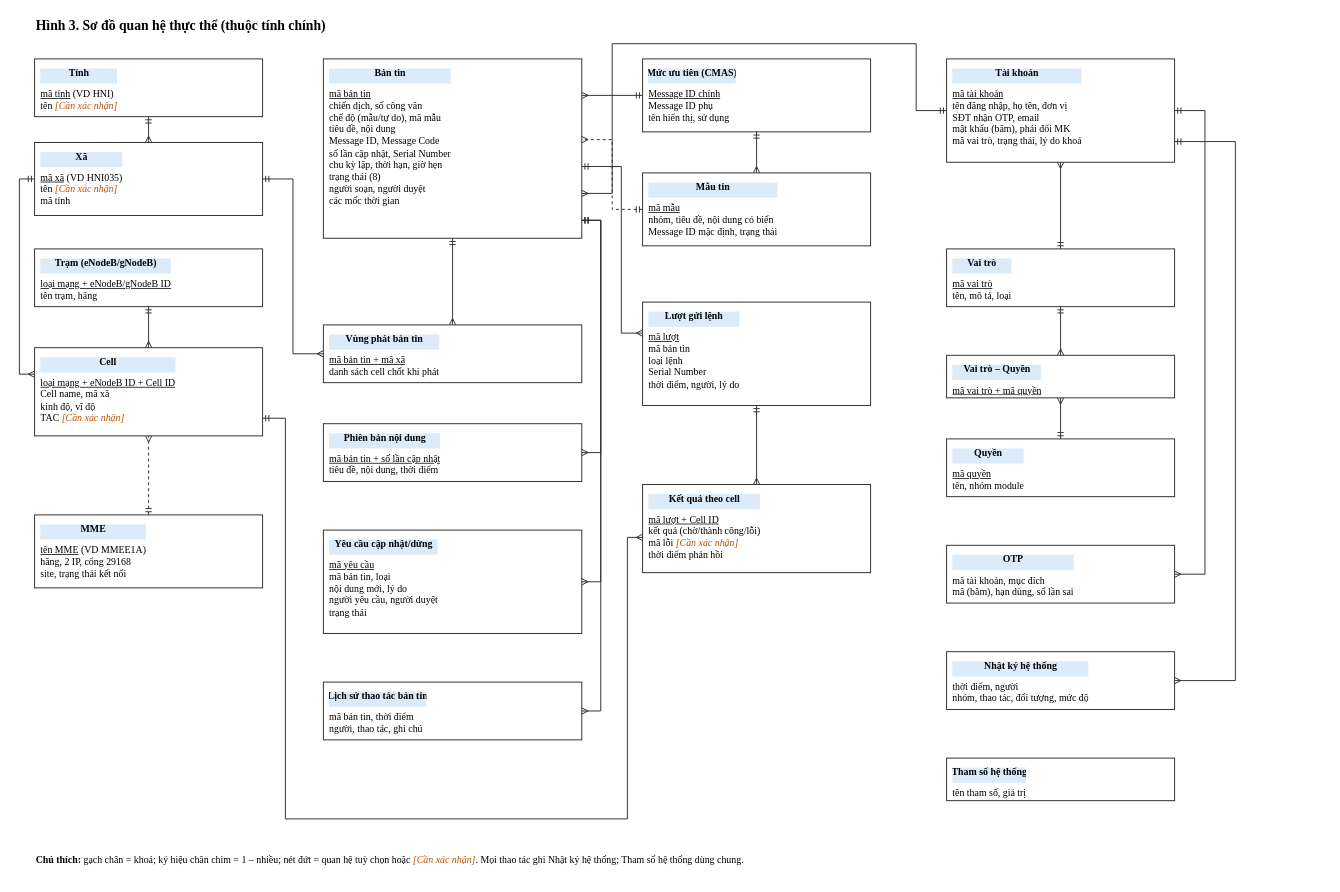
The draw.io diagram page "SRS-H3 Dữ liệu" (3 of 9) of srs/CBC_SRS_so-do.drawio in yenanna0804/cbc-demo, before the edit. Source tidied: cells renumbered, new cells numbered last; positions are measured from the earlier drawing's top-left corner, leaving out a move shared by most shapes. Both pictures are drawn from the tidied source at 76%, with x=0, y=0 at pixel (19, 13).
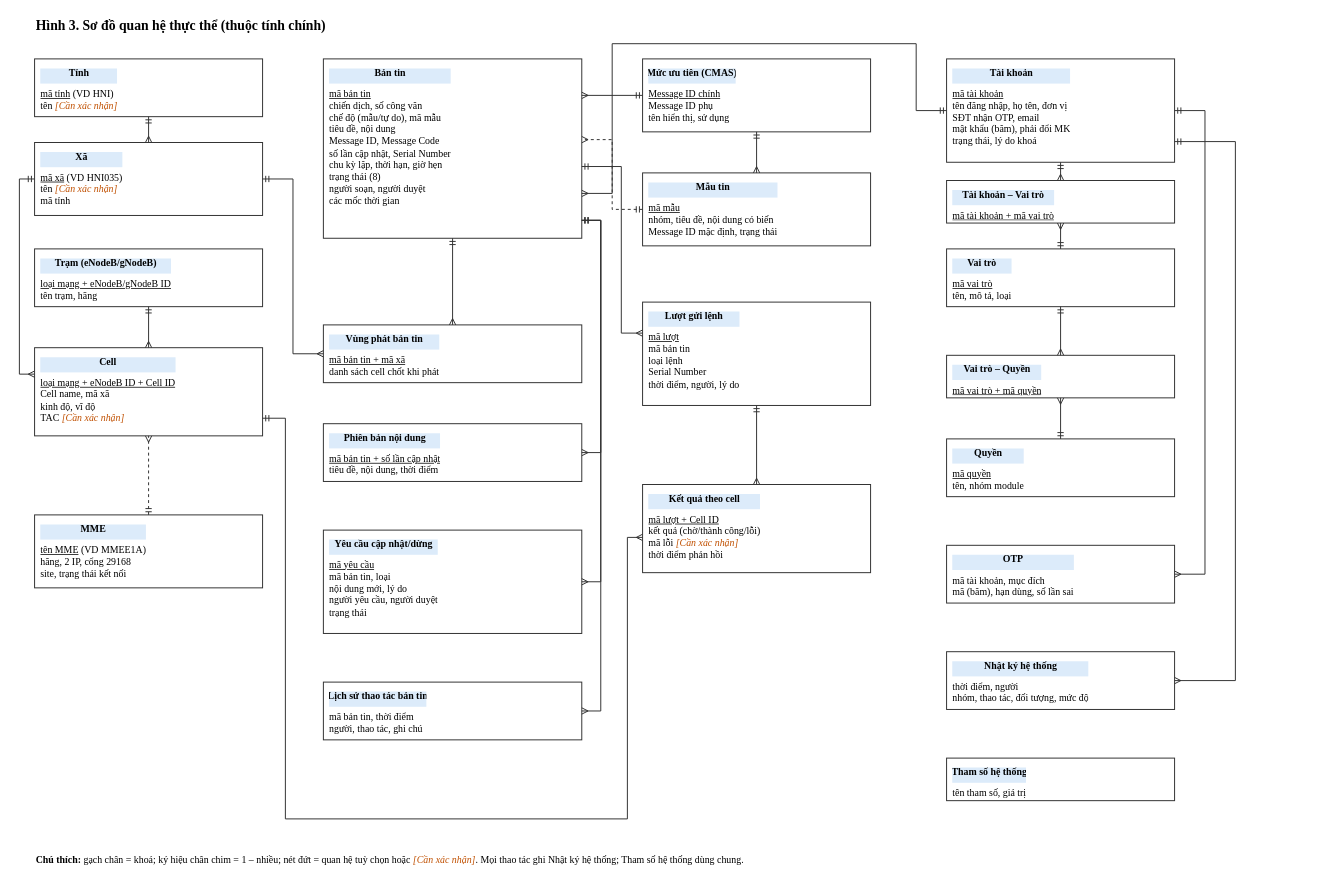
After the change.

Commit message:
SRS ERD: tai khoan nhieu vai tro

Claude-Session: https://claude.ai/code/session_01FeLNp4ic6ftFr5ftakdFjx

The change refers to these unchanged cells:
```xml
<mxCell id="8" value="&lt;div style=&quot;background:#DCEBFA;margin:-8px -8px 6px;padding:6px;font-weight:bold;text-align:center&quot;&gt;Bản tin&lt;/div&gt;&lt;u&gt;mã bản tin&lt;/u&gt;&lt;br&gt;chiến dịch, số công văn&lt;br&gt;chế độ (mẫu/tự do), mã mẫu&lt;br&gt;tiêu đề, nội dung&lt;br&gt;Message ID, Message Code&lt;br&gt;số lần cập nhật, Serial Number&lt;br&gt;chu kỳ lặp, thời hạn, giờ hẹn&lt;br&gt;trạng thái (8)&lt;br&gt;người soạn, người duyệt&lt;br&gt;các mốc thời gian" style="rounded=0;arcSize=8;whiteSpace=wrap;html=1;fontFamily=Times New Roman;fontSize=13;fillColor=#FFFFFF;strokeColor=#333333;strokeWidth=1.3;align=left;verticalAlign=top;spacing=8;overflow=hidden;" parent="1" vertex="1">
  <mxGeometry x="400" y="60" width="340" height="236" as="geometry" />
</mxCell>
<mxCell id="18" value="&lt;div style=&quot;background:#DCEBFA;margin:-8px -8px 6px;padding:6px;font-weight:bold;text-align:center&quot;&gt;Vai trò&lt;/div&gt;&lt;u&gt;mã vai trò&lt;/u&gt;&lt;br&gt;tên, mô tả, loại" style="rounded=0;arcSize=8;whiteSpace=wrap;html=1;fontFamily=Times New Roman;fontSize=13;fillColor=#FFFFFF;strokeColor=#333333;strokeWidth=1.3;align=left;verticalAlign=top;spacing=8;overflow=hidden;" parent="1" vertex="1">
  <mxGeometry x="1220" y="310" width="300" height="76" as="geometry" />
</mxCell>
<mxCell id="19" value="&lt;div style=&quot;background:#DCEBFA;margin:-8px -8px 6px;padding:6px;font-weight:bold;text-align:center&quot;&gt;Vai trò – Quyền&lt;/div&gt;&lt;u&gt;mã vai trò + mã quyền&lt;/u&gt;" style="rounded=0;arcSize=8;whiteSpace=wrap;html=1;fontFamily=Times New Roman;fontSize=13;fillColor=#FFFFFF;strokeColor=#333333;strokeWidth=1.3;align=left;verticalAlign=top;spacing=8;overflow=hidden;" parent="1" vertex="1">
  <mxGeometry x="1220" y="450" width="300" height="56" as="geometry" />
</mxCell>
<mxCell id="20" value="&lt;div style=&quot;background:#DCEBFA;margin:-8px -8px 6px;padding:6px;font-weight:bold;text-align:center&quot;&gt;Quyền&lt;/div&gt;&lt;u&gt;mã quyền&lt;/u&gt;&lt;br&gt;tên, nhóm module" style="rounded=0;arcSize=8;whiteSpace=wrap;html=1;fontFamily=Times New Roman;fontSize=13;fillColor=#FFFFFF;strokeColor=#333333;strokeWidth=1.3;align=left;verticalAlign=top;spacing=8;overflow=hidden;" parent="1" vertex="1">
  <mxGeometry x="1220" y="560" width="300" height="76" as="geometry" />
</mxCell>
<mxCell id="21" value="&lt;div style=&quot;background:#DCEBFA;margin:-8px -8px 6px;padding:6px;font-weight:bold;text-align:center&quot;&gt;OTP&lt;/div&gt;mã tài khoản, mục đích&lt;br&gt;mã (băm), hạn dùng, số lần sai" style="rounded=0;arcSize=8;whiteSpace=wrap;html=1;fontFamily=Times New Roman;fontSize=13;fillColor=#FFFFFF;strokeColor=#333333;strokeWidth=1.3;align=left;verticalAlign=top;spacing=8;overflow=hidden;" parent="1" vertex="1">
  <mxGeometry x="1220" y="700" width="300" height="76" as="geometry" />
</mxCell>
<mxCell id="22" value="&lt;div style=&quot;background:#DCEBFA;margin:-8px -8px 6px;padding:6px;font-weight:bold;text-align:center&quot;&gt;Nhật ký hệ thống&lt;/div&gt;thời điểm, người&lt;br&gt;nhóm, thao tác, đối tượng, mức độ" style="rounded=0;arcSize=8;whiteSpace=wrap;html=1;fontFamily=Times New Roman;fontSize=13;fillColor=#FFFFFF;strokeColor=#333333;strokeWidth=1.3;align=left;verticalAlign=top;spacing=8;overflow=hidden;" parent="1" vertex="1">
  <mxGeometry x="1220" y="840" width="300" height="76" as="geometry" />
</mxCell>
```

What changed in the source:
```diff
@@
-    <mxCell id="17" value="&lt;div style=&quot;background:#DCEBFA;margin:-8px -8px 6px;padding:6px;font-weight:bold;text-align:center&quot;&gt;Tài khoản&lt;/div&gt;&lt;u&gt;mã tài khoản&lt;/u&gt;&lt;br&gt;tên đăng nhập, họ tên, đơn vị&lt;br&gt;SĐT nhận OTP, email&lt;br&gt;mật khẩu (băm), phải đổi MK&lt;br&gt;mã vai trò, trạng thái, lý do khoá" style="rounded=0;arcSize=8;whiteSpace=wrap;html=1;fontFamily=Times New Roman;fontSize=13;fillColor=#FFFFFF;strokeColor=#333333;strokeWidth=1.3;align=left;verticalAlign=top;spacing=8;overflow=hidden;" parent="1" vertex="1">
+    <mxCell id="17" value="&lt;div style=&quot;background:#DCEBFA;margin:-8px -8px 6px;padding:6px;font-weight:bold;text-align:center&quot;&gt;Tài khoản&lt;/div&gt;&lt;u&gt;mã tài khoản&lt;/u&gt;&lt;br&gt;tên đăng nhập, họ tên, đơn vị&lt;br&gt;SĐT nhận OTP, email&lt;br&gt;mật khẩu (băm), phải đổi MK&lt;br&gt;trạng thái, lý do khoá" style="rounded=0;arcSize=8;whiteSpace=wrap;html=1;fontFamily=Times New Roman;fontSize=13;fillColor=#FFFFFF;strokeColor=#333333;strokeWidth=1.3;align=left;verticalAlign=top;spacing=8;overflow=hidden;" parent="1" vertex="1">
       <mxGeometry x="1220" y="60" width="300" height="136" as="geometry" />
     </mxCell>
+    <mxCell id="46" value="&lt;div style=&quot;background:#DCEBFA;margin:-8px -8px 6px;padding:6px;font-weight:bold;text-align:center&quot;&gt;Tài khoản – Vai trò&lt;/div&gt;&lt;u&gt;mã tài khoản + mã vai trò&lt;/u&gt;" style="rounded=0;arcSize=8;whiteSpace=wrap;html=1;fontFamily=Times New Roman;fontSize=13;fillColor=#FFFFFF;strokeColor=#333333;strokeWidth=1.3;align=left;verticalAlign=top;spacing=8;overflow=hidden;" parent="1" vertex="1">
+      <mxGeometry x="1220" y="220" width="300" height="56" as="geometry" />
+    </mxCell>
@@
-    <mxCell id="39" style="html=1;fontFamily=Times New Roman;fontSize=12;endArrow=ERmany;startArrow=ERmandOne;endFill=1;strokeColor=#333333;strokeWidth=1.3;labelBackgroundColor=#FFFFFF;rounded=0;exitX=0.5;exitY=0;exitDx=0;exitDy=0;entryX=0.5;entryY=1;entryDx=0;entryDy=0;edgeStyle=orthogonalEdgeStyle;" parent="1" edge="1" source="18" target="17">
+    <mxCell id="39" style="html=1;fontFamily=Times New Roman;fontSize=12;endArrow=ERmany;startArrow=ERmandOne;endFill=1;strokeColor=#333333;strokeWidth=1.3;labelBackgroundColor=#FFFFFF;rounded=0;exitX=0.5;exitY=1;exitDx=0;exitDy=0;entryX=0.5;entryY=0;entryDx=0;entryDy=0;edgeStyle=orthogonalEdgeStyle;" parent="1" edge="1" source="17" target="46">
       <mxGeometry relative="1" as="geometry" />
     </mxCell>
-    <mxCell id="40" style="html=1;fontFamily=Times New Roman;fontSize=12;endArrow=ERmany;startArrow=ERmandOne;endFill=1;strokeColor=#333333;strokeWidth=1.3;labelBackgroundColor=#FFFFFF;rounded=0;exitX=0.5;exitY=1;exitDx=0;exitDy=0;entryX=0.5;entryY=0;entryDx=0;entryDy=0;edgeStyle=orthogonalEdgeStyle;" parent="1" edge="1" source="18" target="19">
+    <mxCell id="40" style="html=1;fontFamily=Times New Roman;fontSize=12;endArrow=ERmany;startArrow=ERmandOne;endFill=1;strokeColor=#333333;strokeWidth=1.3;labelBackgroundColor=#FFFFFF;rounded=0;exitX=0.5;exitY=0;exitDx=0;exitDy=0;entryX=0.5;entryY=1;entryDx=0;entryDy=0;edgeStyle=orthogonalEdgeStyle;" parent="1" edge="1" source="18" target="46">
       <mxGeometry relative="1" as="geometry" />
     </mxCell>
-    <mxCell id="41" style="html=1;fontFamily=Times New Roman;fontSize=12;endArrow=ERmany;startArrow=ERmandOne;endFill=1;strokeColor=#333333;strokeWidth=1.3;labelBackgroundColor=#FFFFFF;rounded=0;exitX=0.5;exitY=0;exitDx=0;exitDy=0;entryX=0.5;entryY=1;entryDx=0;entryDy=0;edgeStyle=orthogonalEdgeStyle;" parent="1" edge="1" source="20" target="19">
+    <mxCell id="41" style="html=1;fontFamily=Times New Roman;fontSize=12;endArrow=ERmany;startArrow=ERmandOne;endFill=1;strokeColor=#333333;strokeWidth=1.3;labelBackgroundColor=#FFFFFF;rounded=0;exitX=0.5;exitY=1;exitDx=0;exitDy=0;entryX=0.5;entryY=0;entryDx=0;entryDy=0;edgeStyle=orthogonalEdgeStyle;" parent="1" edge="1" source="18" target="19">
       <mxGeometry relative="1" as="geometry" />
     </mxCell>
-    <mxCell id="42" style="html=1;fontFamily=Times New Roman;fontSize=12;endArrow=ERmany;startArrow=ERmandOne;endFill=1;strokeColor=#333333;strokeWidth=1.3;labelBackgroundColor=#FFFFFF;rounded=0;exitX=1;exitY=0.5;exitDx=0;exitDy=0;entryX=1;entryY=0.5;entryDx=0;entryDy=0;edgeStyle=orthogonalEdgeStyle;" parent="1" edge="1" source="17" target="21">
-      <mxGeometry relative="1" as="geometry">
-        <Array as="points">
-          <mxPoint x="1560" y="128" />
-          <mxPoint x="1560" y="738" />
-        </Array>
-      </mxGeometry>
+    <mxCell id="42" style="html=1;fontFamily=Times New Roman;fontSize=12;endArrow=ERmany;startArrow=ERmandOne;endFill=1;strokeColor=#333333;strokeWidth=1.3;labelBackgroundColor=#FFFFFF;rounded=0;exitX=0.5;exitY=0;exitDx=0;exitDy=0;entryX=0.5;entryY=1;entryDx=0;entryDy=0;edgeStyle=orthogonalEdgeStyle;" parent="1" edge="1" source="20" target="19">
+      <mxGeometry relative="1" as="geometry" />
     </mxCell>
-    <mxCell id="43" style="html=1;fontFamily=Times New Roman;fontSize=12;endArrow=ERmany;startArrow=ERmandOne;endFill=1;strokeColor=#333333;strokeWidth=1.3;labelBackgroundColor=#FFFFFF;rounded=0;exitX=1;exitY=0.8;exitDx=0;exitDy=0;entryX=1;entryY=0.5;entryDx=0;entryDy=0;edgeStyle=orthogonalEdgeStyle;" parent="1" edge="1" source="17" target="22">
+    <mxCell id="43" style="html=1;fontFamily=Times New Roman;fontSize=12;endArrow=ERmany;startArrow=ERmandOne;endFill=1;strokeColor=#333333;strokeWidth=1.3;labelBackgroundColor=#FFFFFF;rounded=0;exitX=1;exitY=0.5;exitDx=0;exitDy=0;entryX=1;entryY=0.5;entryDx=0;entryDy=0;edgeStyle=orthogonalEdgeStyle;" parent="1" edge="1" source="17" target="21">
       <mxGeometry relative="1" as="geometry">
         <Array as="points">
-          <mxPoint x="1600" y="169" />
-          <mxPoint x="1600" y="878" />
+          <mxPoint x="1560" y="128" />
+          <mxPoint x="1560" y="738" />
         </Array>
       </mxGeometry>
     </mxCell>
-    <mxCell id="44" style="html=1;fontFamily=Times New Roman;fontSize=12;endArrow=ERmany;startArrow=ERmandOne;endFill=1;strokeColor=#333333;strokeWidth=1.3;labelBackgroundColor=#FFFFFF;rounded=0;exitX=0;exitY=0.5;exitDx=0;exitDy=0;entryX=1;entryY=0.75;entryDx=0;entryDy=0;edgeStyle=orthogonalEdgeStyle;" parent="1" edge="1" source="17" target="8">
+    <mxCell id="44" style="html=1;fontFamily=Times New Roman;fontSize=12;endArrow=ERmany;startArrow=ERmandOne;endFill=1;strokeColor=#333333;strokeWidth=1.3;labelBackgroundColor=#FFFFFF;rounded=0;exitX=1;exitY=0.8;exitDx=0;exitDy=0;entryX=1;entryY=0.5;entryDx=0;entryDy=0;edgeStyle=orthogonalEdgeStyle;" parent="1" edge="1" source="17" target="22">
       <mxGeometry relative="1" as="geometry">
         <Array as="points">
-          <mxPoint x="1180" y="128" />
-          <mxPoint x="1180" y="40" />
-          <mxPoint x="780" y="40" />
-          <mxPoint x="780" y="237" />
+          <mxPoint x="1600" y="169" />
+          <mxPoint x="1600" y="878" />
         </Array>
       </mxGeometry>
     </mxCell>
+    <mxCell id="47" style="html=1;fontFamily=Times New Roman;fontSize=12;endArrow=ERmany;startArrow=ERmandOne;endFill=1;strokeColor=#333333;strokeWidth=1.3;labelBackgroundColor=#FFFFFF;rounded=0;exitX=0;exitY=0.5;exitDx=0;exitDy=0;entryX=1;entryY=0.75;entryDx=0;entryDy=0;edgeStyle=orthogonalEdgeStyle;" parent="1" edge="1" source="17" target="8">
+      <mxGeometry relative="1" as="geometry">
+        <Array as="points">
+          <mxPoint x="1180" y="128" />
+          <mxPoint x="1180" y="40" />
+          <mxPoint x="780" y="40" />
+          <mxPoint x="780" y="237" />
+        </Array>
+      </mxGeometry>
+    </mxCell>
```
